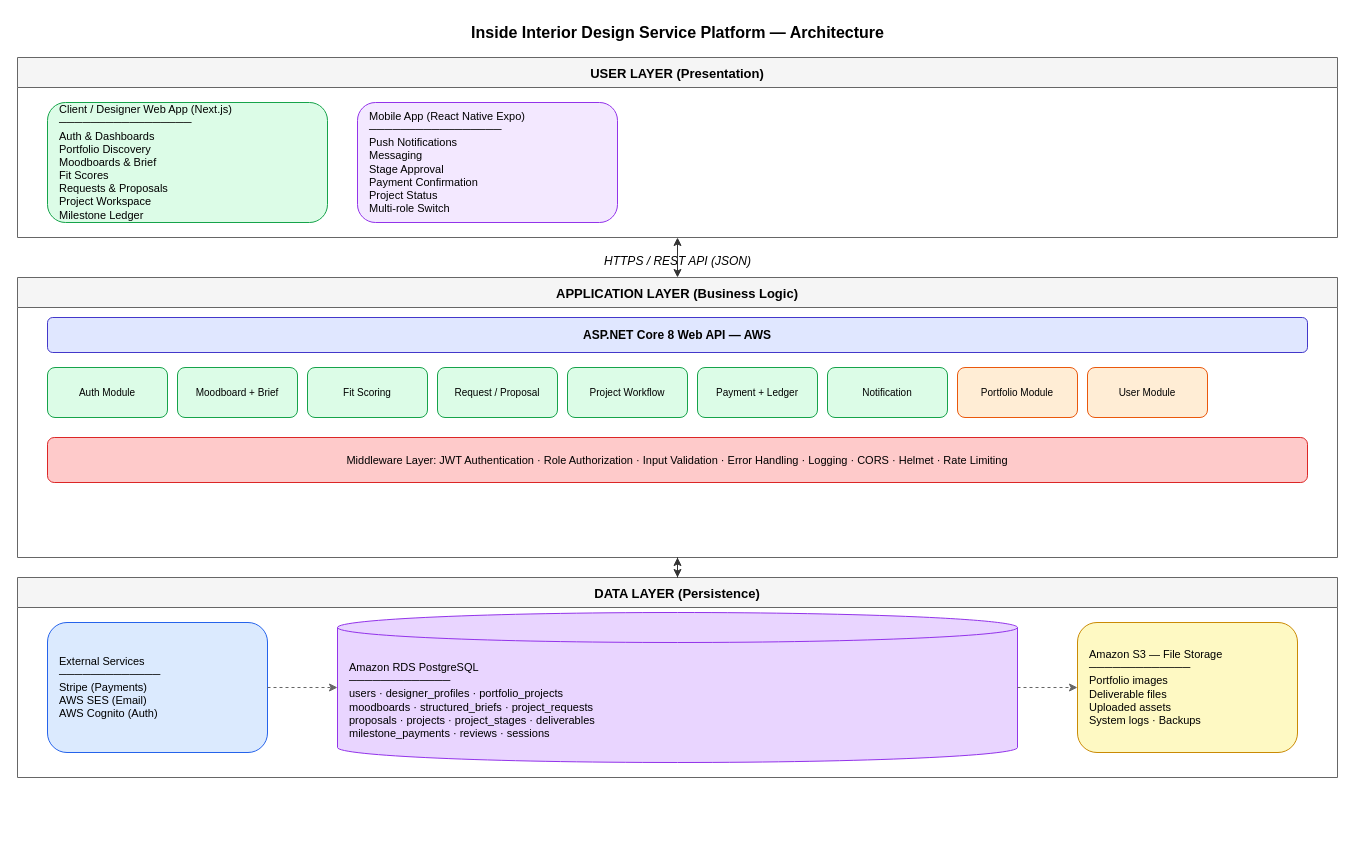
This is docs/Proposal/diagrams/Detailed AD.drawio from MNSBaanu/Inside, a draw.io file, before an edit. Source tidied: cells renumbered, new cells numbered last; positions are measured from the earlier drawing's top-left corner, leaving out a move shared by most shapes. Both pictures are drawn from the tidied source at 100%, with x=0, y=0 at pixel (17, 17).
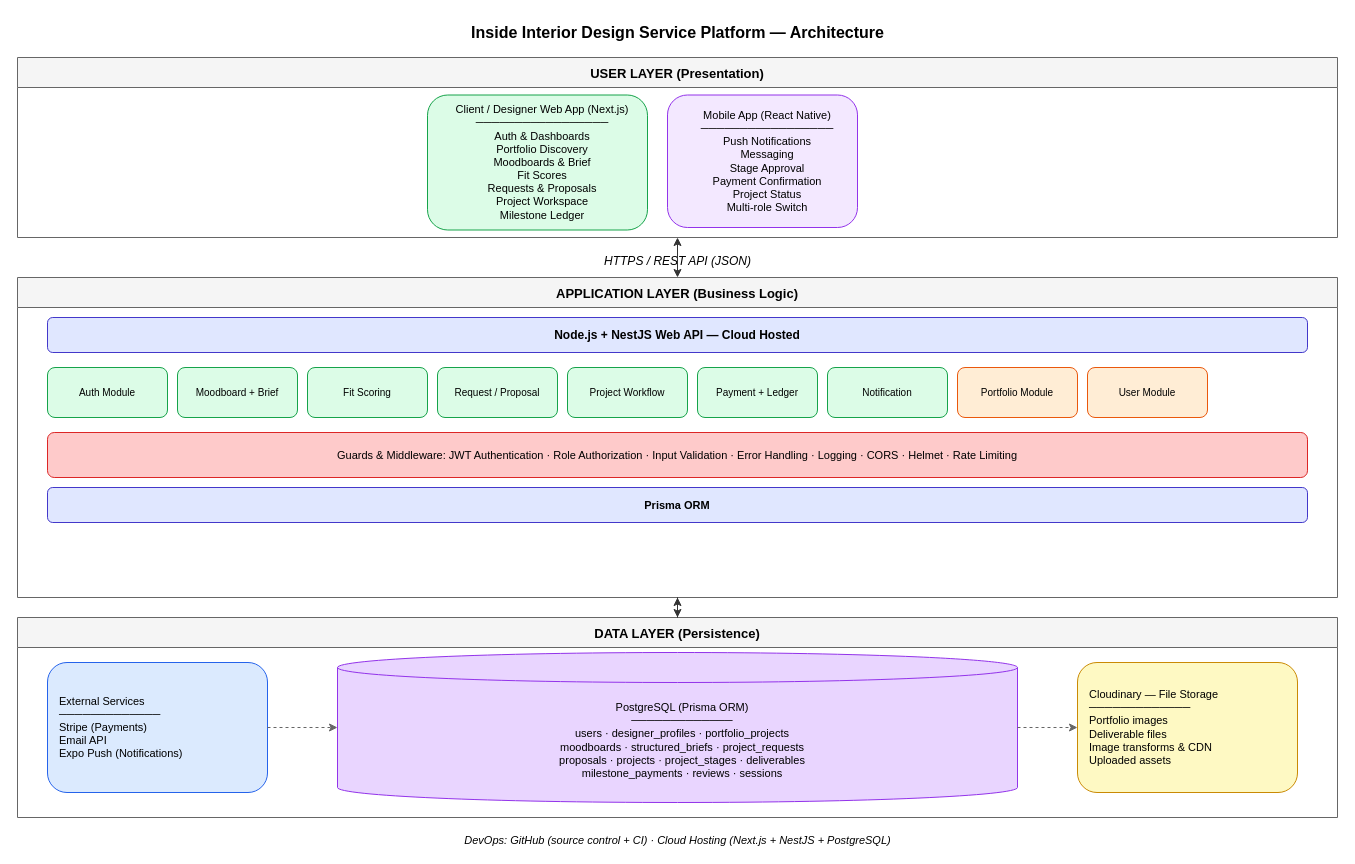
The same diagram, later.

Commit message (it also covers changes not shown here):
docs(proposal): Add new architecture diagrams and update existing files

Unchanged cells that the change refers to:
```xml
<mxCell id="3" value="USER LAYER (Presentation)" style="swimlane;startSize=30;fillColor=#F5F5F5;strokeColor=#666666;fontStyle=1;fontSize=13;" parent="1" vertex="1">
  <mxGeometry y="40" width="1320" height="180" as="geometry" />
</mxCell>
```

The edit, as a diff of the source:
```diff
@@
-    <mxCell id="4" value="Client / Designer Web App (Next.js)&#10;─────────────────&#10;Auth &amp; Dashboards&#10;Portfolio Discovery&#10;Moodboards &amp; Brief&#10;Fit Scores&#10;Requests &amp; Proposals&#10;Project Workspace&#10;Milestone Ledger" style="rounded=1;whiteSpace=wrap;html=1;fillColor=#DCFCE7;strokeColor=#16A34A;align=left;spacingLeft=10;fontSize=11;" parent="3" vertex="1">
-      <mxGeometry x="30" y="45" width="280" height="120" as="geometry" />
+    <mxCell id="4" value="Client / Designer Web App (Next.js)&lt;br&gt;─────────────────&lt;br&gt;Auth &amp;amp; Dashboards&lt;br&gt;Portfolio Discovery&lt;br&gt;Moodboards &amp;amp; Brief&lt;br&gt;Fit Scores&lt;br&gt;Requests &amp;amp; Proposals&lt;br&gt;Project Workspace&lt;br&gt;Milestone Ledger" style="rounded=1;whiteSpace=wrap;html=1;fillColor=#DCFCE7;strokeColor=#16A34A;align=center;spacingLeft=10;fontSize=11;" parent="3" vertex="1">
+      <mxGeometry x="410" y="37.5" width="220" height="135" as="geometry" />
     </mxCell>
-    <mxCell id="5" value="Mobile App (React Native Expo)&#10;─────────────────&#10;Push Notifications&#10;Messaging&#10;Stage Approval&#10;Payment Confirmation&#10;Project Status&#10;Multi-role Switch" style="rounded=1;whiteSpace=wrap;html=1;fillColor=#F3E8FF;strokeColor=#9333EA;align=left;spacingLeft=10;fontSize=11;" parent="3" vertex="1">
-      <mxGeometry x="340" y="45" width="260" height="120" as="geometry" />
+    <mxCell id="5" value="Mobile App (React Native)&lt;br&gt;─────────────────&lt;br&gt;Push Notifications&lt;br&gt;Messaging&lt;br&gt;Stage Approval&lt;br&gt;Payment Confirmation&lt;br&gt;Project Status&lt;br&gt;Multi-role Switch" style="rounded=1;whiteSpace=wrap;html=1;fillColor=#F3E8FF;strokeColor=#9333EA;align=center;spacingLeft=10;fontSize=11;" parent="3" vertex="1">
+      <mxGeometry x="650" y="37.5" width="190" height="132.5" as="geometry" />
     </mxCell>
@@
     <mxCell id="7" value="APPLICATION LAYER (Business Logic)" style="swimlane;startSize=30;fillColor=#F5F5F5;strokeColor=#666666;fontStyle=1;fontSize=13;" parent="1" vertex="1">
-      <mxGeometry y="260" width="1320" height="280" as="geometry" />
+      <mxGeometry y="260" width="1320" height="320" as="geometry" />
     </mxCell>
-    <mxCell id="8" value="ASP.NET Core 8 Web API — AWS" style="rounded=1;whiteSpace=wrap;html=1;fillColor=#E0E7FF;strokeColor=#4338CA;fontStyle=1;fontSize=12;" parent="7" vertex="1">
+    <mxCell id="8" value="Node.js + NestJS Web API — Cloud Hosted" style="rounded=1;whiteSpace=wrap;html=1;fillColor=#E0E7FF;strokeColor=#4338CA;fontStyle=1;fontSize=12;" parent="7" vertex="1">
       <mxGeometry x="30" y="40" width="1260" height="35" as="geometry" />
     </mxCell>
@@
-    <mxCell id="18" value="Middleware Layer: JWT Authentication · Role Authorization · Input Validation · Error Handling · Logging · CORS · Helmet · Rate Limiting" style="rounded=1;whiteSpace=wrap;html=1;fillColor=#FECACA;strokeColor=#DC2626;fontSize=11;" parent="7" vertex="1">
-      <mxGeometry x="30" y="160" width="1260" height="45" as="geometry" />
+    <mxCell id="18" value="Guards &amp; Middleware: JWT Authentication · Role Authorization · Input Validation · Error Handling · Logging · CORS · Helmet · Rate Limiting" style="rounded=1;whiteSpace=wrap;html=1;fillColor=#FECACA;strokeColor=#DC2626;fontSize=11;" parent="7" vertex="1">
+      <mxGeometry x="30" y="155" width="1260" height="45" as="geometry" />
     </mxCell>
+    <mxCell id="27" value="Prisma ORM" style="rounded=1;whiteSpace=wrap;html=1;fillColor=#E0E7FF;strokeColor=#4338CA;fontSize=11;fontStyle=1;" parent="7" vertex="1">
+      <mxGeometry x="30" y="210" width="1260" height="35" as="geometry" />
+    </mxCell>
     <mxCell id="19" value="DATA LAYER (Persistence)" style="swimlane;startSize=30;fillColor=#F5F5F5;strokeColor=#666666;fontStyle=1;fontSize=13;" parent="1" vertex="1">
-      <mxGeometry y="560" width="1320" height="200" as="geometry" />
+      <mxGeometry y="600" width="1320" height="200" as="geometry" />
     </mxCell>
-    <mxCell id="20" value="External Services&#10;─────────────&#10;Stripe (Payments)&#10;AWS SES (Email)&#10;AWS Cognito (Auth)" style="rounded=1;whiteSpace=wrap;html=1;fillColor=#DBEAFE;strokeColor=#2563EB;align=left;spacingLeft=10;fontSize=11;" parent="19" vertex="1">
+    <mxCell id="20" value="External Services&lt;br&gt;─────────────&lt;br&gt;Stripe (Payments)&lt;br&gt;Email API&lt;br&gt;Expo Push (Notifications)" style="rounded=1;whiteSpace=wrap;html=1;fillColor=#DBEAFE;strokeColor=#2563EB;align=left;spacingLeft=10;fontSize=11;" parent="19" vertex="1">
       <mxGeometry x="30" y="45" width="220" height="130" as="geometry" />
     </mxCell>
-    <mxCell id="21" value="Amazon RDS PostgreSQL&#10;─────────────&#10;users · designer_profiles · portfolio_projects&#10;moodboards · structured_briefs · project_requests&#10;proposals · projects · project_stages · deliverables&#10;milestone_payments · reviews · sessions" style="shape=cylinder3;whiteSpace=wrap;html=1;boundedLbl=1;backgroundOutline=1;size=15;fillColor=#E9D5FF;strokeColor=#9333EA;align=left;spacingLeft=10;fontSize=11;" parent="19" vertex="1">
+    <mxCell id="21" value="PostgreSQL (Prisma ORM)&lt;br&gt;─────────────&lt;br&gt;users · designer_profiles · portfolio_projects&lt;br&gt;moodboards · structured_briefs · project_requests&lt;br&gt;proposals · projects · project_stages · deliverables&lt;br&gt;milestone_payments · reviews · sessions" style="shape=cylinder3;whiteSpace=wrap;html=1;boundedLbl=1;backgroundOutline=1;size=15;fillColor=#E9D5FF;strokeColor=#9333EA;align=center;spacingLeft=10;fontSize=11;" parent="19" vertex="1">
       <mxGeometry x="320" y="35" width="680" height="150" as="geometry" />
     </mxCell>
-    <mxCell id="22" value="Amazon S3 — File Storage&#10;─────────────&#10;Portfolio images&#10;Deliverable files&#10;Uploaded assets&#10;System logs · Backups" style="rounded=1;whiteSpace=wrap;html=1;fillColor=#FEF9C3;strokeColor=#CA8A04;align=left;spacingLeft=10;fontSize=11;" parent="19" vertex="1">
+    <mxCell id="22" value="Cloudinary — File Storage&#10;─────────────&#10;Portfolio images&#10;Deliverable files&#10;Image transforms &amp; CDN&#10;Uploaded assets" style="rounded=1;whiteSpace=wrap;html=1;fillColor=#FEF9C3;strokeColor=#CA8A04;align=left;spacingLeft=10;fontSize=11;" parent="19" vertex="1">
       <mxGeometry x="1060" y="45" width="220" height="130" as="geometry" />
     </mxCell>
+    <mxCell id="28" value="DevOps: GitHub (source control + CI) · Cloud Hosting (Next.js + NestJS + PostgreSQL)" style="text;html=1;strokeColor=none;fillColor=none;align=center;fontSize=11;fontStyle=2;" parent="1" vertex="1">
+      <mxGeometry x="260" y="810" width="800" height="20" as="geometry" />
+    </mxCell>
```
